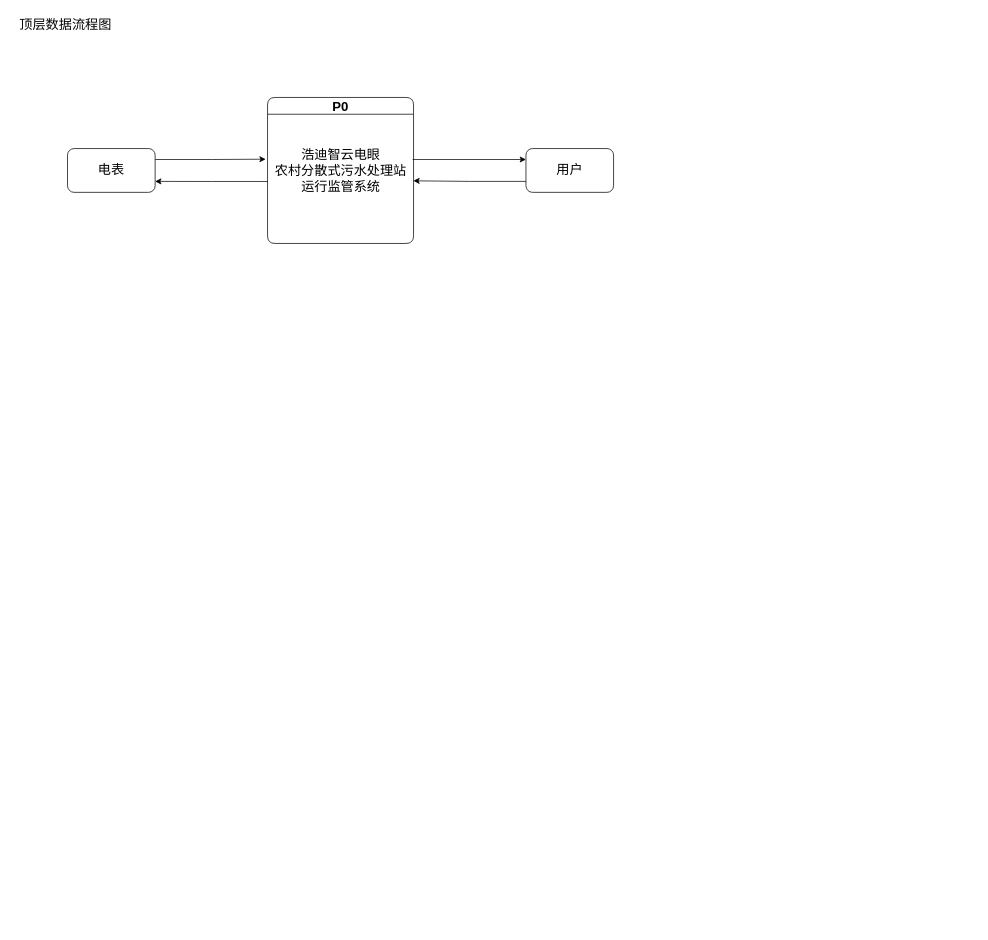
Lihua-neko/QASystemOnMedicalKG keeps this draw.io diagram as 数据流图.drawio. Above is the earlier version. Source tidied: cells renumbered, new cells numbered last; positions are measured from the earlier drawing's top-left corner, leaving out a move shared by most shapes. Both pictures are drawn from the tidied source at 73%, with x=0, y=0 at pixel (12, 12).
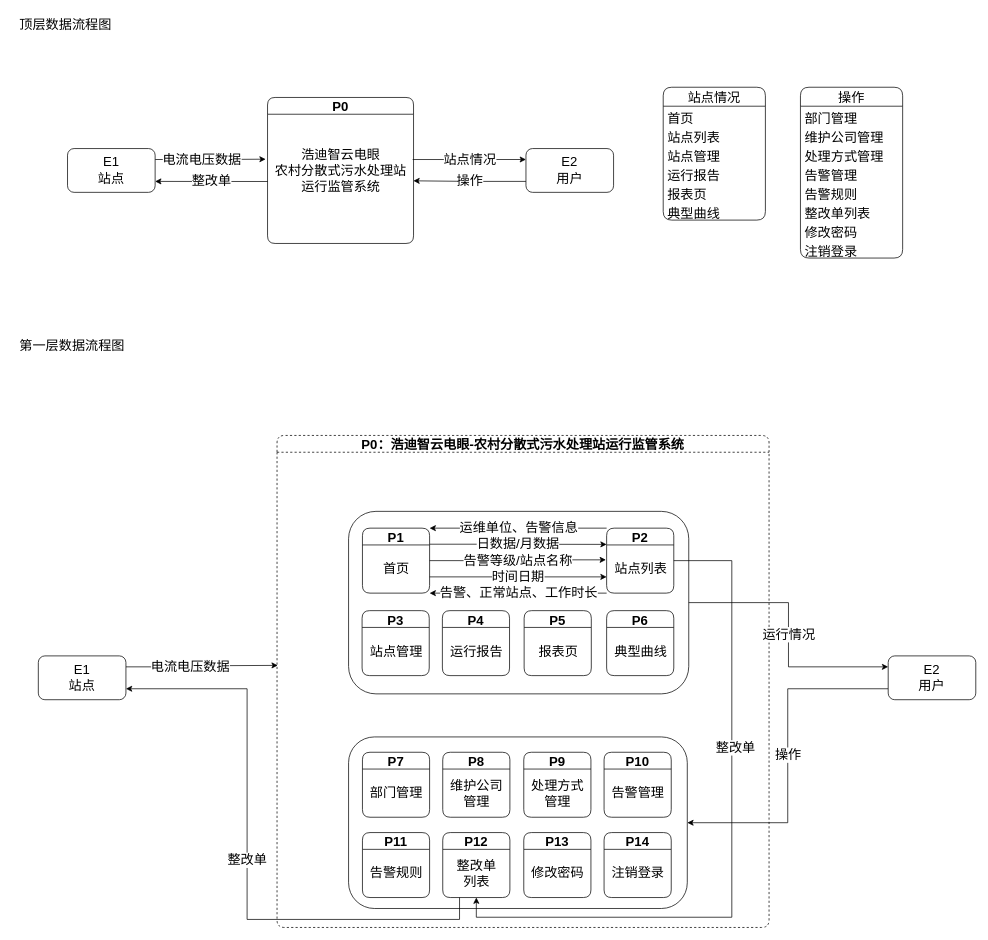
After the change.

Commit message:
更新数据流图.drawio

Unchanged cells that the change refers to:
```xml
<mxCell id="4" value="浩迪智云电眼&lt;br&gt;农村分散式污水处理站&lt;br&gt;运行监管系统" style="text;html=1;align=center;verticalAlign=middle;points=[];strokeColor=none;fillColor=none;fontSize=18;" parent="3" vertex="1">
  <mxGeometry x="1" y="62" width="198" height="77" as="geometry" />
</mxCell>
<mxCell id="5" style="edgeStyle=orthogonalEdgeStyle;rounded=0;jettySize=auto;html=1;exitX=1;exitY=0.25;exitDx=0;exitDy=0;entryX=-0.018;entryY=0.293;entryDx=0;entryDy=0;entryPerimeter=0;fontSize=18;" parent="1" edge="1" source="6" target="4">
  <mxGeometry relative="1" as="geometry" />
</mxCell>
```

Change to the diagram source:
```diff
@@
+    <mxCell id="11" value="电流电压数据" style="edgeLabel;html=1;align=center;verticalAlign=middle;fontSize=18;" parent="5" vertex="1">
+      <mxGeometry x="-0.18" y="1" relative="1" as="geometry">
+        <mxPoint x="1" as="offset" />
+      </mxGeometry>
+    </mxCell>
-    <mxCell id="6" value="电表" style="rounded=1;whiteSpace=wrap;html=1;shadow=0;glass=0;sketch=0;fontSize=18;" parent="1" vertex="1">
+    <mxCell id="6" value="E1&lt;br&gt;站点" style="rounded=1;whiteSpace=wrap;html=1;shadow=0;glass=0;sketch=0;fontSize=18;" parent="1" vertex="1">
       <mxGeometry x="75" y="186" width="120" height="60" as="geometry" />
     </mxCell>
-    <mxCell id="7" style="edgeStyle=orthogonalEdgeStyle;rounded=0;jettySize=auto;html=1;exitX=0;exitY=0.75;exitDx=0;exitDy=0;entryX=1.004;entryY=0.678;entryDx=0;entryDy=0;entryPerimeter=0;fontSize=18;" parent="1" edge="1" source="8" target="4">
+    <mxCell id="7" value="操作" style="edgeStyle=orthogonalEdgeStyle;rounded=0;jettySize=auto;html=1;exitX=0;exitY=0.75;exitDx=0;exitDy=0;entryX=1.004;entryY=0.678;entryDx=0;entryDy=0;entryPerimeter=0;fontSize=18;" parent="1" edge="1" source="8" target="4">
       <mxGeometry relative="1" as="geometry" />
     </mxCell>
-    <mxCell id="8" value="用户" style="rounded=1;whiteSpace=wrap;html=1;shadow=0;glass=0;sketch=0;fontSize=18;" parent="1" vertex="1">
+    <mxCell id="8" value="E2&lt;br&gt;用户" style="rounded=1;whiteSpace=wrap;html=1;shadow=0;glass=0;sketch=0;fontSize=18;" parent="1" vertex="1">
       <mxGeometry x="703" y="186" width="120" height="60" as="geometry" />
     </mxCell>
-    <mxCell id="9" style="edgeStyle=orthogonalEdgeStyle;rounded=0;jettySize=auto;html=1;exitX=0.999;exitY=0.299;exitDx=0;exitDy=0;entryX=0;entryY=0.25;entryDx=0;entryDy=0;fontSize=18;exitPerimeter=0;" parent="1" edge="1" source="4" target="8">
+    <mxCell id="9" value="站点情况" style="edgeStyle=orthogonalEdgeStyle;rounded=0;jettySize=auto;html=1;exitX=0.999;exitY=0.299;exitDx=0;exitDy=0;entryX=0;entryY=0.25;entryDx=0;entryDy=0;fontSize=18;exitPerimeter=0;" parent="1" edge="1" source="4" target="8">
       <mxGeometry relative="1" as="geometry" />
     </mxCell>
-    <mxCell id="10" style="edgeStyle=orthogonalEdgeStyle;rounded=0;jettySize=auto;html=1;exitX=-0.004;exitY=0.69;exitDx=0;exitDy=0;entryX=1;entryY=0.75;entryDx=0;entryDy=0;fontSize=18;exitPerimeter=0;" parent="1" edge="1" source="4" target="6">
+    <mxCell id="10" value="整改单" style="edgeStyle=orthogonalEdgeStyle;rounded=0;jettySize=auto;html=1;exitX=-0.004;exitY=0.69;exitDx=0;exitDy=0;entryX=1;entryY=0.75;entryDx=0;entryDy=0;fontSize=18;exitPerimeter=0;" parent="1" edge="1" source="4" target="6">
       <mxGeometry relative="1" as="geometry" />
     </mxCell>
+    <mxCell id="12" value="站点情况" style="swimlane;fontStyle=0;horizontal=1;startSize=26;fillColor=none;rounded=1;shadow=0;glass=0;sketch=0;fontSize=18;" parent="1" vertex="1">
+      <mxGeometry x="891" y="102" width="140" height="182" as="geometry" />
+    </mxCell>
+    <mxCell id="13" value="首页" style="text;strokeColor=none;fillColor=none;align=left;verticalAlign=top;spacingLeft=4;spacingRight=4;overflow=hidden;rounded=1;shadow=0;glass=0;sketch=0;fontSize=18;" parent="12" vertex="1">
+      <mxGeometry y="26" width="140" height="26" as="geometry" />
+    </mxCell>
+    <mxCell id="14" value="站点列表" style="text;strokeColor=none;fillColor=none;align=left;verticalAlign=top;spacingLeft=4;spacingRight=4;overflow=hidden;rounded=1;shadow=0;glass=0;sketch=0;fontSize=18;" parent="12" vertex="1">
+      <mxGeometry y="52" width="140" height="26" as="geometry" />
+    </mxCell>
+    <mxCell id="15" value="站点管理" style="text;strokeColor=none;fillColor=none;align=left;verticalAlign=top;spacingLeft=4;spacingRight=4;overflow=hidden;rounded=1;shadow=0;glass=0;sketch=0;fontSize=18;" parent="12" vertex="1">
+      <mxGeometry y="78" width="140" height="26" as="geometry" />
+    </mxCell>
+    <mxCell id="16" value="运行报告" style="text;strokeColor=none;fillColor=none;align=left;verticalAlign=top;spacingLeft=4;spacingRight=4;overflow=hidden;rounded=1;shadow=0;glass=0;sketch=0;fontSize=18;" parent="12" vertex="1">
+      <mxGeometry y="104" width="140" height="26" as="geometry" />
+    </mxCell>
+    <mxCell id="17" value="报表页" style="text;strokeColor=none;fillColor=none;align=left;verticalAlign=top;spacingLeft=4;spacingRight=4;overflow=hidden;rounded=1;shadow=0;glass=0;sketch=0;fontSize=18;" parent="12" vertex="1">
+      <mxGeometry y="130" width="140" height="26" as="geometry" />
+    </mxCell>
+    <mxCell id="18" value="典型曲线" style="text;strokeColor=none;fillColor=none;align=left;verticalAlign=top;spacingLeft=4;spacingRight=4;overflow=hidden;rounded=1;shadow=0;glass=0;sketch=0;fontSize=18;" parent="12" vertex="1">
+      <mxGeometry y="156" width="140" height="26" as="geometry" />
+    </mxCell>
+    <mxCell id="19" value="操作" style="swimlane;fontStyle=0;horizontal=1;startSize=26;fillColor=none;rounded=1;shadow=0;glass=0;sketch=0;fontSize=18;" parent="1" vertex="1">
+      <mxGeometry x="1079" y="102" width="140" height="234" as="geometry" />
+    </mxCell>
+    <mxCell id="20" value="部门管理" style="text;strokeColor=none;fillColor=none;align=left;verticalAlign=top;spacingLeft=4;spacingRight=4;overflow=hidden;rounded=1;shadow=0;glass=0;sketch=0;fontSize=18;" parent="19" vertex="1">
+      <mxGeometry y="26" width="140" height="26" as="geometry" />
+    </mxCell>
+    <mxCell id="21" value="维护公司管理" style="text;strokeColor=none;fillColor=none;align=left;verticalAlign=top;spacingLeft=4;spacingRight=4;overflow=hidden;rounded=1;shadow=0;glass=0;sketch=0;fontSize=18;" parent="19" vertex="1">
+      <mxGeometry y="52" width="140" height="26" as="geometry" />
+    </mxCell>
+    <mxCell id="22" value="处理方式管理" style="text;strokeColor=none;fillColor=none;align=left;verticalAlign=top;spacingLeft=4;spacingRight=4;overflow=hidden;rounded=1;shadow=0;glass=0;sketch=0;fontSize=18;" parent="19" vertex="1">
+      <mxGeometry y="78" width="140" height="26" as="geometry" />
+    </mxCell>
+    <mxCell id="23" value="告警管理" style="text;strokeColor=none;fillColor=none;align=left;verticalAlign=top;spacingLeft=4;spacingRight=4;overflow=hidden;rounded=1;shadow=0;glass=0;sketch=0;fontSize=18;" parent="19" vertex="1">
+      <mxGeometry y="104" width="140" height="26" as="geometry" />
+    </mxCell>
+    <mxCell id="24" value="告警规则" style="text;strokeColor=none;fillColor=none;align=left;verticalAlign=top;spacingLeft=4;spacingRight=4;overflow=hidden;rounded=1;shadow=0;glass=0;sketch=0;fontSize=18;" parent="19" vertex="1">
+      <mxGeometry y="130" width="140" height="26" as="geometry" />
+    </mxCell>
+    <mxCell id="25" value="整改单列表" style="text;strokeColor=none;fillColor=none;align=left;verticalAlign=top;spacingLeft=4;spacingRight=4;overflow=hidden;rounded=1;shadow=0;glass=0;sketch=0;fontSize=18;" parent="19" vertex="1">
+      <mxGeometry y="156" width="140" height="26" as="geometry" />
+    </mxCell>
+    <mxCell id="26" value="修改密码" style="text;strokeColor=none;fillColor=none;align=left;verticalAlign=top;spacingLeft=4;spacingRight=4;overflow=hidden;rounded=1;shadow=0;glass=0;sketch=0;fontSize=18;" parent="19" vertex="1">
+      <mxGeometry y="182" width="140" height="26" as="geometry" />
+    </mxCell>
+    <mxCell id="27" value="注销登录" style="text;strokeColor=none;fillColor=none;align=left;verticalAlign=top;spacingLeft=4;spacingRight=4;overflow=hidden;rounded=1;shadow=0;glass=0;sketch=0;fontSize=18;" parent="19" vertex="1">
+      <mxGeometry y="208" width="140" height="26" as="geometry" />
+    </mxCell>
+    <mxCell id="28" value="&lt;font style=&quot;font-size: 18px;&quot;&gt;第一层数据流程图&lt;/font&gt;" style="text;html=1;align=center;verticalAlign=middle;strokeColor=none;fillColor=none;" parent="1" vertex="1">
+      <mxGeometry y="439" width="162" height="34" as="geometry" />
+    </mxCell>
+    <mxCell id="29" value="P0：浩迪智云电眼-农村分散式污水处理站运行监管系统" style="swimlane;fontSize=18;rounded=1;sketch=0;shadow=0;glass=0;dashed=1;startSize=23;" parent="1" vertex="1">
+      <mxGeometry x="362" y="579" width="674" height="674" as="geometry" />
+    </mxCell>
+    <mxCell id="30" style="rounded=1;whiteSpace=wrap;html=1;shadow=0;glass=0;sketch=0;fontSize=18;" parent="29" vertex="1">
+      <mxGeometry x="98" y="104" width="466" height="250" as="geometry" />
+    </mxCell>
+    <mxCell id="31" style="rounded=1;whiteSpace=wrap;html=1;shadow=0;glass=0;sketch=0;fontSize=18;" parent="29" vertex="1">
+      <mxGeometry x="98" y="413" width="464" height="235" as="geometry" />
+    </mxCell>
+    <mxCell id="32" style="edgeStyle=orthogonalEdgeStyle;rounded=0;jettySize=auto;html=1;entryX=0.5;entryY=1;entryDx=0;entryDy=0;fontSize=18;" parent="29" edge="1" source="36" target="59">
+      <mxGeometry relative="1" as="geometry">
+        <Array as="points">
+          <mxPoint x="623" y="172" />
+          <mxPoint x="623" y="660" />
+          <mxPoint x="273" y="660" />
+        </Array>
+      </mxGeometry>
+    </mxCell>
+    <mxCell id="33" value="整改单" style="edgeLabel;html=1;align=center;verticalAlign=middle;fontSize=18;" parent="32" vertex="1">
+      <mxGeometry x="-0.29" y="4" relative="1" as="geometry" />
+    </mxCell>
+    <mxCell id="34" value="告警、正常站点、工作时长" style="edgeStyle=orthogonalEdgeStyle;rounded=0;jettySize=auto;html=1;entryX=1;entryY=1;entryDx=0;entryDy=0;fontSize=18;" parent="29" edge="1" source="36" target="47">
+      <mxGeometry relative="1" as="geometry">
+        <Array as="points">
+          <mxPoint x="290" y="216" />
+          <mxPoint x="290" y="216" />
+        </Array>
+      </mxGeometry>
+    </mxCell>
+    <mxCell id="35" value="运维单位、告警信息" style="edgeStyle=orthogonalEdgeStyle;rounded=0;jettySize=auto;html=1;entryX=1;entryY=0;entryDx=0;entryDy=0;fontSize=18;" parent="29" edge="1" source="36" target="47">
+      <mxGeometry relative="1" as="geometry">
+        <Array as="points">
+          <mxPoint x="292" y="127" />
+          <mxPoint x="292" y="127" />
+        </Array>
+      </mxGeometry>
+    </mxCell>
+    <mxCell id="36" value="P2" style="swimlane;rounded=1;shadow=0;glass=0;sketch=0;fontSize=18;startSize=23;" parent="29" vertex="1">
+      <mxGeometry x="451.5" y="127" width="92" height="89" as="geometry" />
+    </mxCell>
+    <mxCell id="37" value="站点列表" style="text;html=1;align=center;verticalAlign=middle;points=[];strokeColor=none;fillColor=none;fontSize=18;" parent="36" vertex="1">
+      <mxGeometry x="1" y="39" width="90" height="34" as="geometry" />
+    </mxCell>
+    <mxCell id="38" value="P3" style="swimlane;rounded=1;shadow=0;glass=0;sketch=0;fontSize=18;startSize=23;" parent="29" vertex="1">
+      <mxGeometry x="116.5" y="240" width="92" height="89" as="geometry" />
+    </mxCell>
+    <mxCell id="39" value="站点管理" style="text;html=1;align=center;verticalAlign=middle;strokeColor=none;fillColor=none;fontSize=18;" parent="38" vertex="1">
+      <mxGeometry x="1" y="39" width="90" height="34" as="geometry" />
+    </mxCell>
+    <mxCell id="40" value="P4" style="swimlane;rounded=1;shadow=0;glass=0;sketch=0;fontSize=18;startSize=23;" parent="29" vertex="1">
+      <mxGeometry x="226.5" y="240" width="92" height="89" as="geometry" />
+    </mxCell>
+    <mxCell id="41" value="运行报告" style="text;html=1;align=center;verticalAlign=middle;strokeColor=none;fillColor=none;fontSize=18;" parent="40" vertex="1">
+      <mxGeometry x="1" y="39" width="90" height="34" as="geometry" />
+    </mxCell>
+    <mxCell id="42" value="P6" style="swimlane;rounded=1;shadow=0;glass=0;sketch=0;fontSize=18;" parent="29" vertex="1">
+      <mxGeometry x="451.5" y="240" width="92" height="89" as="geometry" />
+    </mxCell>
+    <mxCell id="43" value="典型曲线" style="text;html=1;align=center;verticalAlign=middle;strokeColor=none;fillColor=none;fontSize=18;" parent="42" vertex="1">
+      <mxGeometry x="1" y="39" width="90" height="34" as="geometry" />
+    </mxCell>
+    <mxCell id="44" value="告警等级/站点名称" style="edgeStyle=orthogonalEdgeStyle;rounded=0;jettySize=auto;html=1;entryX=-0.022;entryY=0.13;entryDx=0;entryDy=0;entryPerimeter=0;fontSize=18;" parent="29" edge="1" source="47" target="37">
+      <mxGeometry relative="1" as="geometry" />
+    </mxCell>
+    <mxCell id="45" value="时间日期" style="edgeStyle=orthogonalEdgeStyle;rounded=0;jettySize=auto;html=1;entryX=0;entryY=0.75;entryDx=0;entryDy=0;fontSize=18;exitX=1;exitY=0.75;exitDx=0;exitDy=0;" parent="29" edge="1" source="47" target="36">
+      <mxGeometry relative="1" as="geometry" />
+    </mxCell>
+    <mxCell id="46" value="日数据/月数据" style="edgeStyle=orthogonalEdgeStyle;rounded=0;jettySize=auto;html=1;entryX=0;entryY=0.25;entryDx=0;entryDy=0;fontSize=18;" parent="29" edge="1" source="47" target="36">
+      <mxGeometry relative="1" as="geometry">
+        <Array as="points">
+          <mxPoint x="289" y="149" />
+          <mxPoint x="289" y="149" />
+        </Array>
+      </mxGeometry>
+    </mxCell>
+    <mxCell id="47" value="P1" style="swimlane;rounded=1;shadow=0;glass=0;sketch=0;fontSize=18;" parent="29" vertex="1">
+      <mxGeometry x="117" y="127" width="92" height="89" as="geometry" />
+    </mxCell>
+    <mxCell id="48" value="首页" style="text;html=1;align=center;verticalAlign=middle;strokeColor=none;fillColor=none;fontSize=18;" parent="47" vertex="1">
+      <mxGeometry x="19" y="39" width="54" height="34" as="geometry" />
+    </mxCell>
+    <mxCell id="49" value="P7" style="swimlane;rounded=1;shadow=0;glass=0;sketch=0;fontSize=18;" parent="29" vertex="1">
+      <mxGeometry x="117" y="434" width="92" height="89" as="geometry" />
+    </mxCell>
+    <mxCell id="50" value="部门管理" style="text;html=1;align=center;verticalAlign=middle;strokeColor=none;fillColor=none;fontSize=18;" parent="49" vertex="1">
+      <mxGeometry x="1" y="39" width="90" height="34" as="geometry" />
+    </mxCell>
+    <mxCell id="51" value="P8" style="swimlane;rounded=1;shadow=0;glass=0;sketch=0;fontSize=18;startSize=23;" parent="29" vertex="1">
+      <mxGeometry x="227" y="434" width="92" height="89" as="geometry" />
+    </mxCell>
+    <mxCell id="52" value="维护公司&lt;br&gt;管理" style="text;html=1;align=center;verticalAlign=middle;strokeColor=none;fillColor=none;fontSize=18;" parent="51" vertex="1">
+      <mxGeometry x="1" y="29" width="90" height="55" as="geometry" />
+    </mxCell>
+    <mxCell id="53" value="P9" style="swimlane;rounded=1;shadow=0;glass=0;sketch=0;fontSize=18;startSize=23;" parent="29" vertex="1">
+      <mxGeometry x="338" y="434" width="92" height="89" as="geometry" />
+    </mxCell>
+    <mxCell id="54" value="处理方式&lt;br&gt;管理" style="text;html=1;align=center;verticalAlign=middle;strokeColor=none;fillColor=none;fontSize=18;" parent="53" vertex="1">
+      <mxGeometry x="1" y="29" width="90" height="55" as="geometry" />
+    </mxCell>
+    <mxCell id="55" value="P10" style="swimlane;rounded=1;shadow=0;glass=0;sketch=0;fontSize=18;" parent="29" vertex="1">
+      <mxGeometry x="448" y="434" width="92" height="89" as="geometry" />
+    </mxCell>
+    <mxCell id="56" value="告警管理" style="text;html=1;align=center;verticalAlign=middle;strokeColor=none;fillColor=none;fontSize=18;" parent="55" vertex="1">
+      <mxGeometry x="1" y="39" width="90" height="34" as="geometry" />
+    </mxCell>
+    <mxCell id="57" value="P11" style="swimlane;rounded=1;shadow=0;glass=0;sketch=0;fontSize=18;" parent="29" vertex="1">
+      <mxGeometry x="117" y="544" width="92" height="89" as="geometry" />
+    </mxCell>
+    <mxCell id="58" value="告警规则" style="text;html=1;align=center;verticalAlign=middle;strokeColor=none;fillColor=none;fontSize=18;" parent="57" vertex="1">
+      <mxGeometry x="1" y="39" width="90" height="34" as="geometry" />
+    </mxCell>
+    <mxCell id="59" value="P12" style="swimlane;rounded=1;shadow=0;glass=0;sketch=0;fontSize=18;" parent="29" vertex="1">
+      <mxGeometry x="227" y="544" width="92" height="89" as="geometry" />
+    </mxCell>
+    <mxCell id="60" value="整改单&lt;br&gt;列表" style="text;html=1;align=center;verticalAlign=middle;strokeColor=none;fillColor=none;fontSize=18;" parent="59" vertex="1">
+      <mxGeometry x="10" y="29" width="72" height="55" as="geometry" />
+    </mxCell>
+    <mxCell id="61" value="P14" style="swimlane;rounded=1;shadow=0;glass=0;sketch=0;fontSize=18;startSize=23;" parent="29" vertex="1">
+      <mxGeometry x="448" y="544" width="92" height="89" as="geometry" />
+    </mxCell>
+    <mxCell id="62" value="注销登录" style="text;html=1;align=center;verticalAlign=middle;strokeColor=none;fillColor=none;fontSize=18;" parent="61" vertex="1">
+      <mxGeometry x="1" y="39" width="90" height="34" as="geometry" />
+    </mxCell>
+    <mxCell id="63" value="P13" style="swimlane;rounded=1;shadow=0;glass=0;sketch=0;fontSize=18;" parent="29" vertex="1">
+      <mxGeometry x="338" y="544" width="92" height="89" as="geometry" />
+    </mxCell>
+    <mxCell id="64" value="修改密码" style="text;html=1;align=center;verticalAlign=middle;strokeColor=none;fillColor=none;fontSize=18;" parent="63" vertex="1">
+      <mxGeometry x="1" y="39" width="90" height="34" as="geometry" />
+    </mxCell>
+    <mxCell id="65" value="P5" style="swimlane;rounded=1;shadow=0;glass=0;sketch=0;fontSize=18;startSize=23;" parent="29" vertex="1">
+      <mxGeometry x="338.5" y="240" width="92" height="89" as="geometry" />
+    </mxCell>
+    <mxCell id="66" value="报表页" style="text;html=1;align=center;verticalAlign=middle;strokeColor=none;fillColor=none;fontSize=18;" parent="65" vertex="1">
+      <mxGeometry x="10" y="39" width="72" height="34" as="geometry" />
+    </mxCell>
+    <mxCell id="67" style="edgeStyle=orthogonalEdgeStyle;rounded=0;jettySize=auto;html=1;exitX=1;exitY=0.25;exitDx=0;exitDy=0;fontSize=18;" parent="1" edge="1" source="69">
+      <mxGeometry relative="1" as="geometry">
+        <mxPoint x="363" y="894" as="targetPoint" />
+      </mxGeometry>
+    </mxCell>
+    <mxCell id="68" value="电流电压数据" style="edgeLabel;html=1;align=center;verticalAlign=middle;fontSize=18;" parent="67" vertex="1">
+      <mxGeometry x="-0.18" y="1" relative="1" as="geometry">
+        <mxPoint x="1" as="offset" />
+      </mxGeometry>
+    </mxCell>
+    <mxCell id="69" value="E1&lt;br&gt;站点" style="rounded=1;whiteSpace=wrap;html=1;shadow=0;glass=0;sketch=0;fontSize=18;" parent="1" vertex="1">
+      <mxGeometry x="35" y="881" width="120" height="60" as="geometry" />
+    </mxCell>
+    <mxCell id="70" value="操作" style="edgeStyle=orthogonalEdgeStyle;rounded=0;jettySize=auto;html=1;exitX=0;exitY=0.75;exitDx=0;exitDy=0;entryX=1;entryY=0.5;entryDx=0;entryDy=0;fontSize=18;" parent="1" edge="1" source="71" target="31">
+      <mxGeometry relative="1" as="geometry" />
+    </mxCell>
+    <mxCell id="71" value="E2&lt;br&gt;用户" style="rounded=1;whiteSpace=wrap;html=1;shadow=0;glass=0;sketch=0;fontSize=18;" parent="1" vertex="1">
+      <mxGeometry x="1199.2" y="881" width="120" height="60" as="geometry" />
+    </mxCell>
+    <mxCell id="72" value="整改单" style="edgeStyle=orthogonalEdgeStyle;rounded=0;jettySize=auto;html=1;entryX=1;entryY=0.75;entryDx=0;entryDy=0;fontSize=18;exitX=0.25;exitY=1;exitDx=0;exitDy=0;" parent="1" edge="1" source="59" target="69">
+      <mxGeometry relative="1" as="geometry">
+        <Array as="points">
+          <mxPoint x="612" y="1242" />
+          <mxPoint x="321" y="1242" />
+          <mxPoint x="321" y="926" />
+        </Array>
+      </mxGeometry>
+    </mxCell>
+    <mxCell id="73" value="运行情况" style="edgeStyle=orthogonalEdgeStyle;rounded=0;jettySize=auto;html=1;entryX=0;entryY=0.25;entryDx=0;entryDy=0;fontSize=18;" parent="1" edge="1" source="30" target="71">
+      <mxGeometry relative="1" as="geometry" />
+    </mxCell>
```
